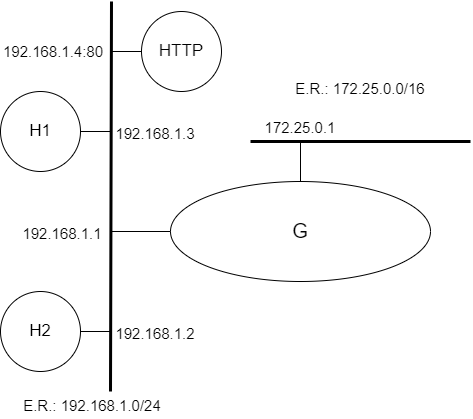
This is docs/img/topologia_experimento7.png from markinlimac/monografia-redes, a draw.io export, as it was before one commit. Source tidied: cells renumbered, new cells last; positions are measured from the earlier drawing's top-left corner, leaving out a move shared by most shapes.
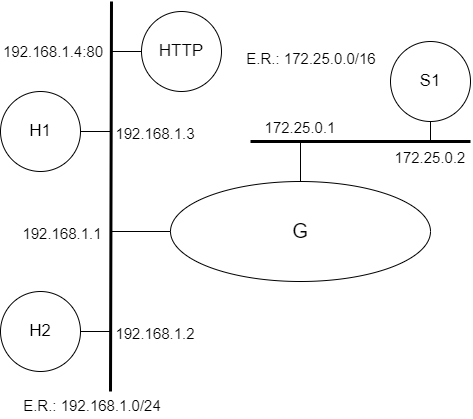
After the commit.

The edit, as a diff of the source:
```diff
@@ -57,9 +57,6 @@
     <mxCell id="14" value="&lt;font style=&quot;font-size: 15px;&quot;&gt;192.168.1.1&lt;br&gt;&lt;/font&gt;" style="text;html=1;strokeColor=none;fillColor=none;align=center;verticalAlign=middle;whiteSpace=wrap;rounded=0;fontSize=20;" parent="1" vertex="1">
       <mxGeometry x="22" y="215" width="80" height="30" as="geometry" />
     </mxCell>
-    <mxCell id="15" value="&lt;font style=&quot;font-size: 15px;&quot;&gt;E.R.: 172.25.0.0/16&lt;br&gt;&lt;/font&gt;" style="text;html=1;strokeColor=none;fillColor=none;align=center;verticalAlign=middle;whiteSpace=wrap;rounded=0;fontSize=20;" parent="1" vertex="1">
-      <mxGeometry x="290" y="70" width="140" height="30" as="geometry" />
-    </mxCell>
     <mxCell id="16" value="&lt;font style=&quot;font-size: 15px;&quot;&gt;E.R.: 192.168.1.0/24&lt;br&gt;&lt;/font&gt;" style="text;html=1;strokeColor=none;fillColor=none;align=center;verticalAlign=middle;whiteSpace=wrap;rounded=0;fontSize=20;" parent="1" vertex="1">
       <mxGeometry x="22" y="387" width="140" height="30" as="geometry" />
     </mxCell>
@@ -75,5 +72,20 @@
     <mxCell id="19" value="&lt;font style=&quot;font-size: 17px;&quot;&gt;HTTP&lt;/font&gt;" style="ellipse;whiteSpace=wrap;html=1;" parent="1" vertex="1">
       <mxGeometry x="141" y="10" width="80" height="80" as="geometry" />
     </mxCell>
+    <mxCell id="20" value="&lt;font style=&quot;font-size: 17px;&quot;&gt;S1&lt;/font&gt;" style="ellipse;whiteSpace=wrap;html=1;" parent="1" vertex="1">
+      <mxGeometry x="390" y="40" width="80" height="80" as="geometry" />
+    </mxCell>
+    <mxCell id="21" style="endArrow=none;html=1;rounded=0;strokeWidth=1;" parent="1" edge="1">
+      <mxGeometry relative="1" as="geometry">
+        <mxPoint x="430" y="120" as="sourcePoint" />
+        <mxPoint x="430" y="140" as="targetPoint" />
+      </mxGeometry>
+    </mxCell>
+    <mxCell id="22" value="&lt;font style=&quot;font-size: 15px;&quot;&gt;172.25.0.2&lt;br&gt;&lt;/font&gt;" style="text;html=1;strokeColor=none;fillColor=none;align=center;verticalAlign=middle;whiteSpace=wrap;rounded=0;fontSize=20;" parent="1" vertex="1">
+      <mxGeometry x="400" y="139" width="60" height="30" as="geometry" />
+    </mxCell>
+    <mxCell id="15" value="&lt;font style=&quot;font-size: 15px;&quot;&gt;E.R.: 172.25.0.0/16&lt;br&gt;&lt;/font&gt;" style="text;html=1;strokeColor=none;fillColor=none;align=center;verticalAlign=middle;whiteSpace=wrap;rounded=0;fontSize=20;" parent="1" vertex="1">
+      <mxGeometry x="241" y="40" width="140" height="30" as="geometry" />
+    </mxCell>
   </root>
 </mxGraphModel>
```
